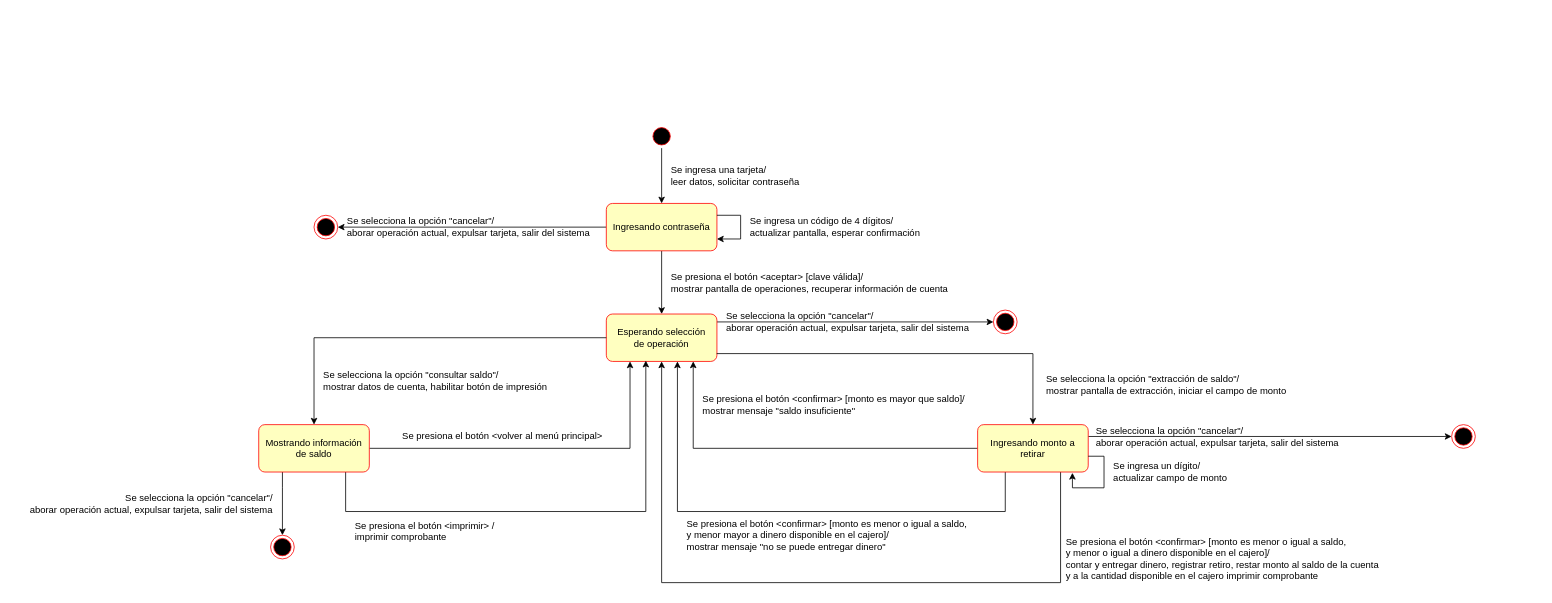
Before: ejercicio_9.drawio in mvalleym/ing_software1, a draw.io diagram. Source tidied: cells renumbered, new cells numbered last; positions are measured from the earlier drawing's top-left corner, leaving out a move shared by most shapes. Both pictures are drawn from the tidied source at 79%, with x=0, y=0 at pixel (13, 124).
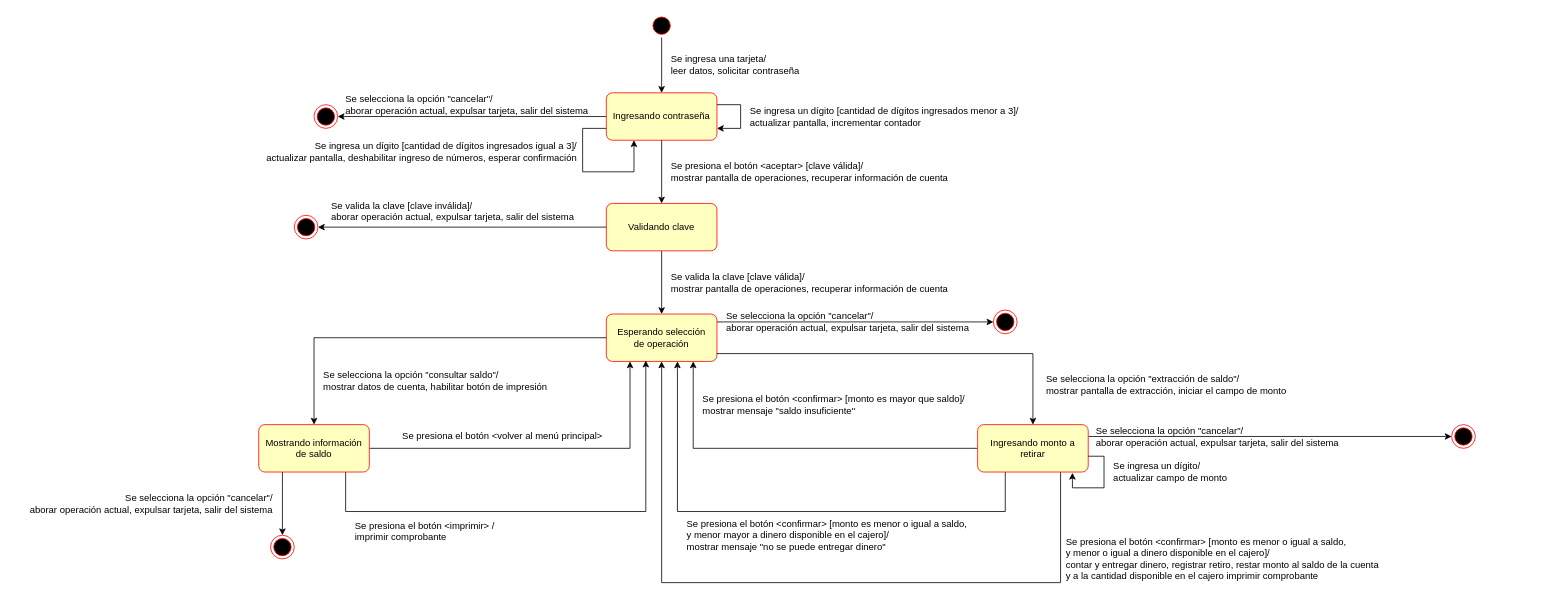
The same diagram, later.

The change refers to these unchanged cells:
```xml
<mxCell id="11" value="&lt;div&gt;Esperando selección&lt;/div&gt;&lt;div&gt;de operación&lt;br&gt;&lt;/div&gt;" style="rounded=1;whiteSpace=wrap;html=1;arcSize=13;fontColor=#000000;fillColor=#ffffc0;strokeColor=#ff0000;" parent="1" vertex="1">
  <mxGeometry x="750" y="240" width="140" height="60" as="geometry" />
</mxCell>
```

Change to the diagram source:
```diff
@@
     <mxCell id="3" style="ellipse;html=1;shape=startState;fillColor=#000000;strokeColor=#ff0000;" parent="1" vertex="1">
-      <mxGeometry x="805" width="30" height="30" as="geometry" />
+      <mxGeometry x="805" y="-140" width="30" height="30" as="geometry" />
     </mxCell>
-    <mxCell id="4" style="edgeStyle=orthogonalEdgeStyle;rounded=0;jettySize=auto;html=1;entryX=0.5;entryY=0;entryDx=0;entryDy=0;" parent="1" edge="1" source="6" target="11">
+    <mxCell id="4" style="edgeStyle=orthogonalEdgeStyle;rounded=0;jettySize=auto;html=1;entryX=0.5;entryY=0;entryDx=0;entryDy=0;" parent="1" edge="1" source="41" target="11">
       <mxGeometry relative="1" as="geometry" />
     </mxCell>
-    <mxCell id="5" style="edgeStyle=orthogonalEdgeStyle;rounded=0;jettySize=auto;html=1;entryX=1;entryY=0.5;entryDx=0;entryDy=0;" parent="1" edge="1" source="6" target="24">
-      <mxGeometry relative="1" as="geometry" />
+    <mxCell id="5" style="edgeStyle=orthogonalEdgeStyle;rounded=0;jettySize=auto;html=1;entryX=1;entryY=0.5;entryDx=0;entryDy=0;" parent="1" edge="1" target="24">
+      <mxGeometry relative="1" as="geometry">
+        <mxPoint x="750" y="-10" as="sourcePoint" />
+        <Array as="points">
+          <mxPoint x="690" y="-10" />
+          <mxPoint x="690" y="-10" />
+        </Array>
+      </mxGeometry>
     </mxCell>
     <mxCell id="6" value="Ingresando contraseña" style="rounded=1;whiteSpace=wrap;html=1;arcSize=13;fontColor=#000000;fillColor=#ffffc0;strokeColor=#ff0000;" parent="1" vertex="1">
-      <mxGeometry x="750" y="100" width="140" height="60" as="geometry" />
+      <mxGeometry x="750" y="-40" width="140" height="60" as="geometry" />
     </mxCell>
     <mxCell id="7" value="&lt;div align=&quot;left&quot;&gt;Se ingresa una tarjeta/&lt;/div&gt;&lt;div align=&quot;left&quot;&gt;leer datos, solicitar contraseña&lt;br&gt;&lt;/div&gt;" style="text;html=1;strokeColor=none;fillColor=none;align=left;verticalAlign=middle;whiteSpace=wrap;rounded=0;" parent="1" vertex="1">
-      <mxGeometry x="830" y="50" width="205" height="30" as="geometry" />
+      <mxGeometry x="830" y="-90" width="205" height="30" as="geometry" />
     </mxCell>
     <mxCell id="8" style="edgeStyle=orthogonalEdgeStyle;rounded=0;orthogonalLoop=1;jettySize=auto;html=1;entryX=1;entryY=0.75;entryDx=0;entryDy=0;exitX=1;exitY=0.25;exitDx=0;exitDy=0;" parent="1" edge="1" source="6" target="6">
       <mxGeometry relative="1" as="geometry">
         <Array as="points">
-          <mxPoint x="920" y="115" />
-          <mxPoint x="920" y="145" />
+          <mxPoint x="920" y="-25" />
+          <mxPoint x="920" y="5" />
         </Array>
       </mxGeometry>
     </mxCell>
-    <mxCell id="9" value="&lt;div align=&quot;left&quot;&gt;Se ingresa un código de 4 dígitos/&lt;/div&gt;&lt;div align=&quot;left&quot;&gt;actualizar pantalla, esperar confirmación&lt;br&gt;&lt;/div&gt;" style="text;html=1;strokeColor=none;fillColor=none;align=left;verticalAlign=middle;whiteSpace=wrap;rounded=0;" parent="1" vertex="1">
-      <mxGeometry x="930" y="115" width="240" height="30" as="geometry" />
+    <mxCell id="9" value="&lt;div align=&quot;left&quot;&gt;Se ingresa un dígito [cantidad de dígitos ingresados menor a 3]/&lt;/div&gt;&lt;div align=&quot;left&quot;&gt;actualizar pantalla, incrementar contador&lt;br&gt;&lt;/div&gt;" style="text;html=1;strokeColor=none;fillColor=none;align=left;verticalAlign=middle;whiteSpace=wrap;rounded=0;" parent="1" vertex="1">
+      <mxGeometry x="930" y="-25" width="370" height="30" as="geometry" />
     </mxCell>
@@
     <mxCell id="12" value="&lt;div align=&quot;left&quot;&gt;Se presiona el botón &amp;lt;aceptar&amp;gt; [clave válida]/&lt;/div&gt;&lt;div align=&quot;left&quot;&gt;mostrar pantalla de operaciones, recuperar información de cuenta&lt;br&gt;&lt;/div&gt;" style="text;html=1;strokeColor=none;fillColor=none;align=left;verticalAlign=middle;whiteSpace=wrap;rounded=0;" parent="1" vertex="1">
-      <mxGeometry x="830" y="180" width="390" height="40" as="geometry" />
+      <mxGeometry x="830" y="40" width="390" height="40" as="geometry" />
     </mxCell>
@@
     <mxCell id="24" style="ellipse;html=1;shape=endState;fillColor=#000000;strokeColor=#ff0000;" parent="1" vertex="1">
-      <mxGeometry x="380" y="115" width="30" height="30" as="geometry" />
+      <mxGeometry x="380" y="-25" width="30" height="30" as="geometry" />
     </mxCell>
@@
     <mxCell id="36" value="&lt;div align=&quot;left&quot;&gt;Se selecciona la opción &quot;cancelar&quot;/&lt;/div&gt;&lt;div align=&quot;left&quot;&gt;aborar operación actual, expulsar tarjeta, salir del sistema&lt;br&gt;&lt;/div&gt;" style="text;html=1;strokeColor=none;fillColor=none;align=left;verticalAlign=middle;whiteSpace=wrap;rounded=0;" parent="1" vertex="1">
-      <mxGeometry x="420" y="110" width="330" height="40" as="geometry" />
+      <mxGeometry x="417.5" y="-45" width="330" height="40" as="geometry" />
     </mxCell>
@@
+    <mxCell id="41" value="Validando clave" style="rounded=1;whiteSpace=wrap;html=1;arcSize=13;fontColor=#000000;fillColor=#ffffc0;strokeColor=#ff0000;" parent="1" vertex="1">
+      <mxGeometry x="750" y="100" width="140" height="60" as="geometry" />
+    </mxCell>
+    <mxCell id="42" style="edgeStyle=orthogonalEdgeStyle;rounded=0;jettySize=auto;html=1;entryX=0.5;entryY=0;entryDx=0;entryDy=0;" parent="1" edge="1" source="6" target="41">
+      <mxGeometry relative="1" as="geometry" />
+    </mxCell>
+    <mxCell id="43" value="&lt;div align=&quot;left&quot;&gt;Se valida la clave [clave válida]/&lt;/div&gt;&lt;div align=&quot;left&quot;&gt;mostrar pantalla de operaciones, recuperar información de cuenta&lt;br&gt;&lt;/div&gt;" style="text;html=1;strokeColor=none;fillColor=none;align=left;verticalAlign=middle;whiteSpace=wrap;rounded=0;" parent="1" vertex="1">
+      <mxGeometry x="830" y="180" width="390" height="40" as="geometry" />
+    </mxCell>
+    <mxCell id="44" value="&lt;div align=&quot;right&quot;&gt;Se ingresa un dígito [cantidad de dígitos ingresados igual a 3]/&lt;/div&gt;&lt;div align=&quot;right&quot;&gt;actualizar pantalla, deshabilitar ingreso de números, esperar confirmación&lt;br&gt;&lt;/div&gt;" style="text;html=1;strokeColor=none;fillColor=none;align=right;verticalAlign=middle;whiteSpace=wrap;rounded=0;" parent="1" vertex="1">
+      <mxGeometry x="290" y="20" width="425" height="30" as="geometry" />
+    </mxCell>
+    <mxCell id="45" style="edgeStyle=orthogonalEdgeStyle;rounded=0;orthogonalLoop=1;jettySize=auto;html=1;entryX=0.25;entryY=1;entryDx=0;entryDy=0;exitX=0;exitY=0.75;exitDx=0;exitDy=0;" parent="1" edge="1" source="6" target="6">
+      <mxGeometry relative="1" as="geometry">
+        <Array as="points">
+          <mxPoint x="720" y="5" />
+          <mxPoint x="720" y="60" />
+          <mxPoint x="785" y="60" />
+        </Array>
+      </mxGeometry>
+    </mxCell>
+    <mxCell id="46" style="edgeStyle=orthogonalEdgeStyle;rounded=0;jettySize=auto;html=1;entryX=1;entryY=0.5;entryDx=0;entryDy=0;exitX=0;exitY=0.5;exitDx=0;exitDy=0;" parent="1" edge="1" source="41" target="47">
+      <mxGeometry relative="1" as="geometry">
+        <Array as="points">
+          <mxPoint x="620" y="130" />
+          <mxPoint x="620" y="130" />
+        </Array>
+      </mxGeometry>
+    </mxCell>
+    <mxCell id="47" style="ellipse;html=1;shape=endState;fillColor=#000000;strokeColor=#ff0000;" parent="1" vertex="1">
+      <mxGeometry x="355" y="115" width="30" height="30" as="geometry" />
+    </mxCell>
+    <mxCell id="48" value="&lt;div align=&quot;left&quot;&gt;Se valida la clave [clave inválida]/&lt;/div&gt;&lt;div align=&quot;left&quot;&gt;aborar operación actual, expulsar tarjeta, salir del sistema&lt;br&gt;&lt;/div&gt;" style="text;html=1;strokeColor=none;fillColor=none;align=left;verticalAlign=middle;whiteSpace=wrap;rounded=0;" parent="1" vertex="1">
+      <mxGeometry x="400" y="90" width="330" height="40" as="geometry" />
+    </mxCell>
```
